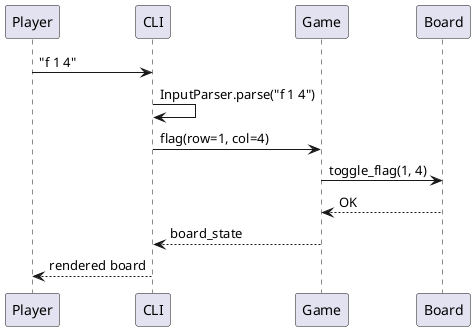
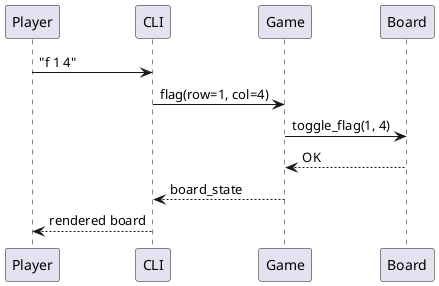
@startuml seq-flag-cell
participant Player
participant CLI
participant Game
participant Board

Player -> CLI : "f 1 4"
- CLI -> CLI : InputParser.parse("f 1 4")
CLI -> Game : flag(row=1, col=4)
Game -> Board : toggle_flag(1, 4)
Board --> Game : OK
Game --> CLI : board_state
CLI --> Player : rendered board
@enduml
